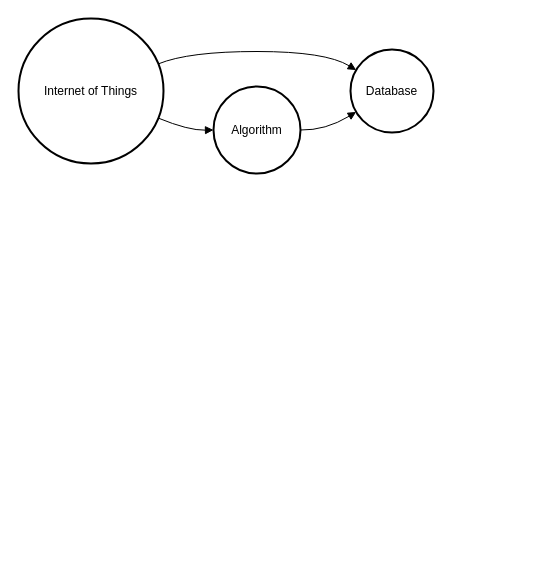
This is Untitled Diagram.drawio from iAmSamFlo/sommarCplusplus, a draw.io file, before an edit. Source tidied: cells renumbered, new cells numbered last; positions are measured from the earlier drawing's top-left corner, leaving out a move shared by most shapes. Both pictures are drawn from the tidied source at 100%, with x=0, y=0 at pixel (18, 18).
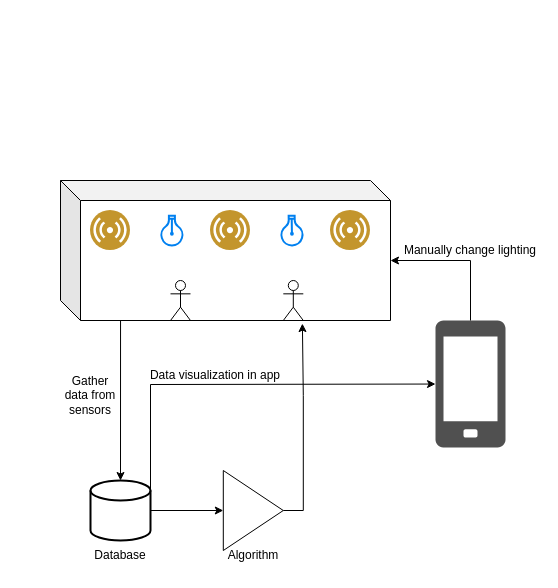
After the change.

Change to the diagram source:
```diff
@@
-    <mxCell id="2" value="Internet of Things" style="ellipse;strokeWidth=2;whiteSpace=wrap;" parent="1" vertex="1">
-      <mxGeometry width="145" height="145" as="geometry" />
-    </mxCell>
+    <mxCell id="8" style="html=1;verticalLabelPosition=bottom;align=center;labelBackgroundColor=#ffffff;verticalAlign=top;strokeWidth=2;strokeColor=#0080F0;shadow=0;dashed=0;shape=mxgraph.ios7.icons.lightbulb;rotation=-180;" parent="1" vertex="1">
+      <mxGeometry x="142" y="197.2" width="22.8" height="29.7" as="geometry" />
+    </mxCell>
+    <mxCell id="9" style="image;perimeter=ellipsePerimeter;html=1;align=center;shadow=0;dashed=0;fontColor=#4277BB;labelBackgroundColor=default;fontSize=12;spacingTop=3;image=img/lib/ibm/users/sensor.svg;" parent="1" vertex="1">
+      <mxGeometry x="192" y="192" width="40" height="40" as="geometry" />
+    </mxCell>
+    <mxCell id="10" style="image;perimeter=ellipsePerimeter;html=1;align=center;shadow=0;dashed=0;fontColor=#4277BB;labelBackgroundColor=default;fontSize=12;spacingTop=3;image=img/lib/ibm/users/sensor.svg;" parent="1" vertex="1">
+      <mxGeometry x="72" y="192" width="40" height="40" as="geometry" />
+    </mxCell>
+    <mxCell id="11" style="shape=cube;whiteSpace=wrap;html=1;boundedLbl=1;backgroundOutline=1;darkOpacity=0.05;darkOpacity2=0.1;fillColor=none;rotation=0;shadow=0;" parent="1" vertex="1">
+      <mxGeometry x="42" y="162" width="330" height="140" as="geometry" />
+    </mxCell>
+    <mxCell id="12" style="image;perimeter=ellipsePerimeter;html=1;align=center;shadow=0;dashed=0;fontColor=#4277BB;labelBackgroundColor=default;fontSize=12;spacingTop=3;image=img/lib/ibm/users/sensor.svg;" parent="1" vertex="1">
+      <mxGeometry x="312" y="192" width="40" height="40" as="geometry" />
+    </mxCell>
+    <mxCell id="13" style="html=1;verticalLabelPosition=bottom;align=center;labelBackgroundColor=#ffffff;verticalAlign=top;strokeWidth=2;strokeColor=#0080F0;shadow=0;dashed=0;shape=mxgraph.ios7.icons.lightbulb;rotation=-181;" parent="1" vertex="1">
+      <mxGeometry x="262" y="197.2" width="22.8" height="29.7" as="geometry" />
+    </mxCell>
+    <mxCell id="14" style="shape=umlActor;verticalLabelPosition=bottom;verticalAlign=top;html=1;" parent="1" vertex="1">
+      <mxGeometry x="152" y="262" width="20" height="40" as="geometry" />
+    </mxCell>
+    <mxCell id="15" style="shape=umlActor;verticalLabelPosition=bottom;verticalAlign=top;html=1;" parent="1" vertex="1">
+      <mxGeometry x="264.8" y="262" width="20" height="40" as="geometry" />
+    </mxCell>
+    <mxCell id="16" style="edgeStyle=orthogonalEdgeStyle;rounded=0;jettySize=auto;html=1;entryX=0;entryY=0.5;entryDx=0;entryDy=0;" parent="1" edge="1" source="17" target="18">
+      <mxGeometry relative="1" as="geometry" />
+    </mxCell>
+    <mxCell id="17" style="strokeWidth=2;html=1;shape=mxgraph.flowchart.database;whiteSpace=wrap;" parent="1" vertex="1">
+      <mxGeometry x="72" y="462" width="60" height="60" as="geometry" />
+    </mxCell>
+    <mxCell id="18" style="triangle;whiteSpace=wrap;html=1;" parent="1" vertex="1">
+      <mxGeometry x="204.8" y="452" width="60" height="80" as="geometry" />
+    </mxCell>
+    <mxCell id="19" style="sketch=0;shadow=0;dashed=0;html=1;strokeColor=none;fillColor=#505050;labelPosition=center;verticalLabelPosition=bottom;verticalAlign=top;outlineConnect=0;align=center;shape=mxgraph.office.devices.cell_phone_generic;" parent="1" vertex="1">
+      <mxGeometry x="417" y="302" width="70" height="127" as="geometry" />
+    </mxCell>
+    <mxCell id="20" style="endArrow=classic;html=1;rounded=0;exitX=0.182;exitY=1;exitDx=0;exitDy=0;exitPerimeter=0;entryX=0.5;entryY=0;entryDx=0;entryDy=0;entryPerimeter=0;" parent="1" edge="1" source="11" target="17">
+      <mxGeometry relative="1" as="geometry" />
+    </mxCell>
+    <mxCell id="21" value="Gather data from sensors" style="text;html=1;align=center;verticalAlign=middle;whiteSpace=wrap;rounded=0;" parent="1" vertex="1">
+      <mxGeometry x="42" y="362" width="60" height="30" as="geometry" />
+    </mxCell>
+    <mxCell id="4" value="Database" style="text;html=1;align=center;verticalAlign=middle;whiteSpace=wrap;rounded=0;" parent="1" vertex="1">
+      <mxGeometry x="72" y="522" width="60" height="30" as="geometry" />
+    </mxCell>
-    <mxCell id="3" value="Algorithm" style="ellipse;strokeWidth=2;whiteSpace=wrap;" parent="1" vertex="1">
-      <mxGeometry x="195" y="68" width="87" height="87" as="geometry" />
+    <mxCell id="3" value="Algorithm" style="text;html=1;align=center;verticalAlign=middle;whiteSpace=wrap;rounded=0;" parent="1" vertex="1">
+      <mxGeometry x="204.8" y="522" width="60" height="30" as="geometry" />
     </mxCell>
-    <mxCell id="4" value="Database" style="ellipse;strokeWidth=2;whiteSpace=wrap;" parent="1" vertex="1">
-      <mxGeometry x="332" y="31" width="83" height="83" as="geometry" />
-    </mxCell>
-    <mxCell id="5" style="curved=1;startArrow=none;endArrow=block;exitX=1;exitY=0.7;entryX=0;entryY=0.5;" parent="1" edge="1" source="2" target="3">
-      <mxGeometry relative="1" as="geometry">
-        <Array as="points">
-          <mxPoint x="170" y="112" />
-        </Array>
-      </mxGeometry>
-    </mxCell>
-    <mxCell id="6" style="curved=1;startArrow=none;endArrow=block;exitX=1;exitY=0.3;entryX=0;entryY=0.21;" parent="1" edge="1" source="2" target="4">
-      <mxGeometry relative="1" as="geometry">
-        <Array as="points">
-          <mxPoint x="170" y="33" />
-          <mxPoint x="307" y="33" />
-        </Array>
-      </mxGeometry>
-    </mxCell>
-    <mxCell id="7" style="curved=1;startArrow=none;endArrow=block;exitX=1;exitY=0.5;entryX=0;entryY=0.8;" parent="1" edge="1" source="3" target="4">
-      <mxGeometry relative="1" as="geometry">
-        <Array as="points">
-          <mxPoint x="307" y="112" />
-        </Array>
-      </mxGeometry>
-    </mxCell>
+    <mxCell id="22" style="endArrow=classic;html=1;rounded=0;exitX=1;exitY=0.15;exitDx=0;exitDy=0;exitPerimeter=0;" parent="1" edge="1" source="17" target="19">
+      <mxGeometry relative="1" as="geometry">
+        <Array as="points">
+          <mxPoint x="132" y="366" />
+        </Array>
+      </mxGeometry>
+    </mxCell>
+    <mxCell id="23" style="edgeStyle=orthogonalEdgeStyle;rounded=0;jettySize=auto;html=1;exitX=1;exitY=0.5;exitDx=0;exitDy=0;entryX=0.733;entryY=1.022;entryDx=0;entryDy=0;entryPerimeter=0;" parent="1" edge="1" source="18" target="11">
+      <mxGeometry relative="1" as="geometry" />
+    </mxCell>
+    <mxCell id="24" value="Data visualization in app" style="text;html=1;align=center;verticalAlign=middle;whiteSpace=wrap;rounded=0;" parent="1" vertex="1">
+      <mxGeometry x="122" y="342" width="150" height="30" as="geometry" />
+    </mxCell>
+    <mxCell id="25" style="endArrow=classic;html=1;rounded=0;entryX=0;entryY=0;entryDx=330;entryDy=80;entryPerimeter=0;" parent="1" edge="1" source="19" target="11">
+      <mxGeometry relative="1" as="geometry">
+        <Array as="points">
+          <mxPoint x="452" y="242" />
+        </Array>
+      </mxGeometry>
+    </mxCell>
+    <mxCell id="26" value="Manually change lighting" style="text;html=1;align=center;verticalAlign=middle;whiteSpace=wrap;rounded=0;" parent="1" vertex="1">
+      <mxGeometry x="382" y="217" width="140" height="30" as="geometry" />
+    </mxCell>
```
